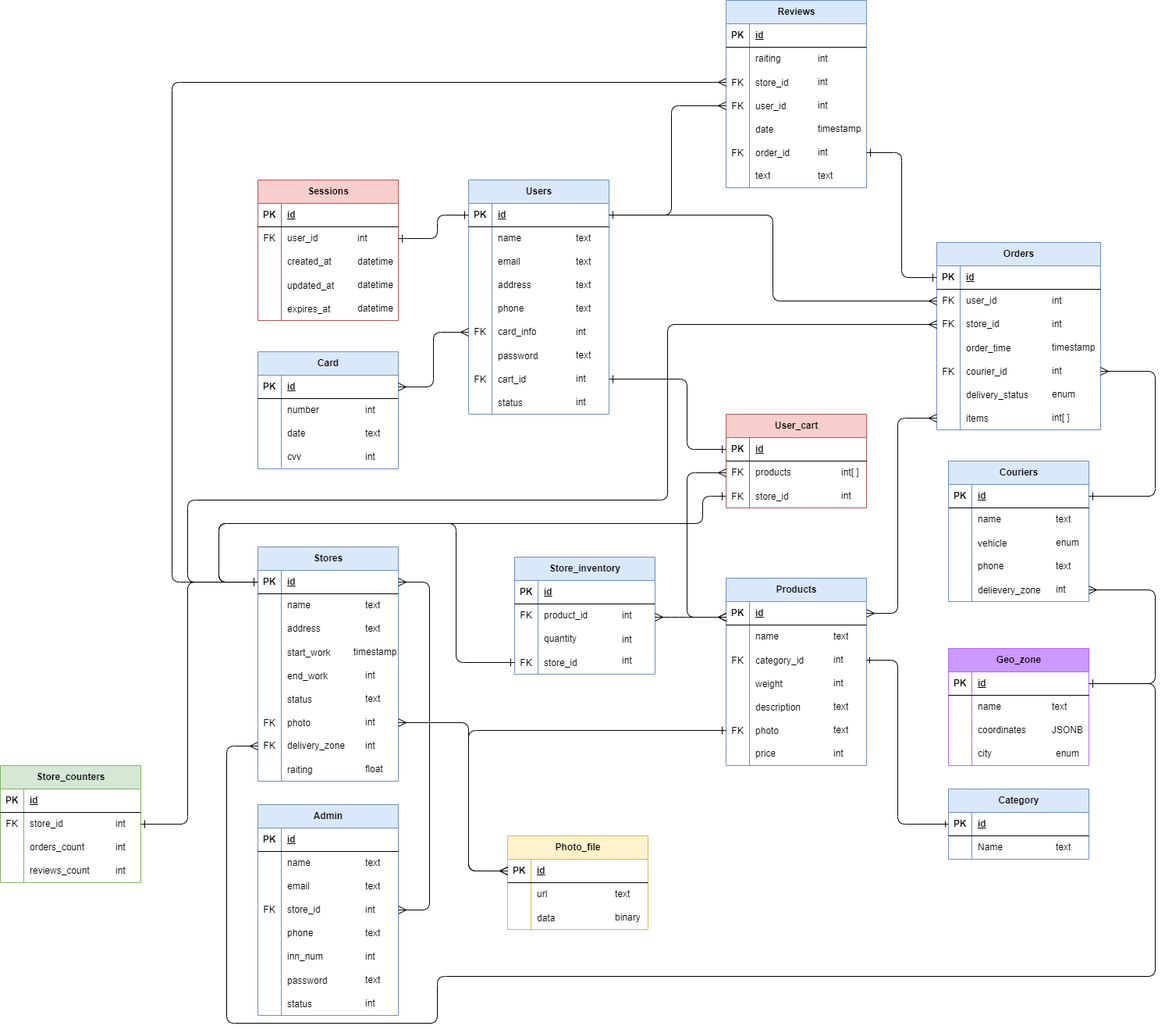
This is Логическая БД DZ5.png from Tovardas/TP_Highload_YandexEda, a draw.io export, as it was before one commit. Source tidied: cells renumbered, new cells last; positions are measured from the earlier drawing's top-left corner, leaving out a move shared by most shapes.
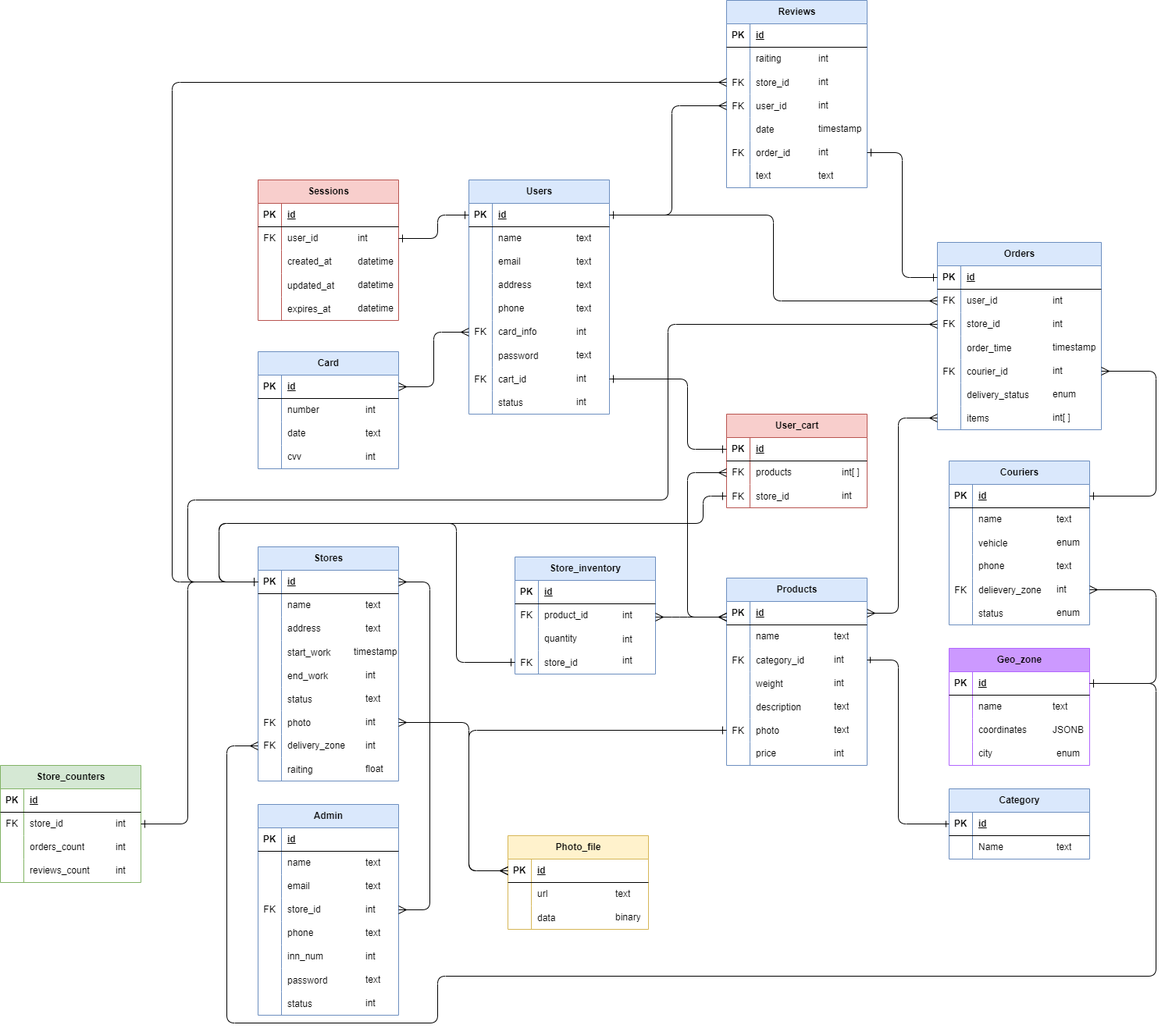
Above is the later version.

Diff of the diagram source:
```diff
@@ -303,7 +303,7 @@
       <mxGeometry x="30" width="180" height="30" as="geometry" />
     </mxCell>
     <mxCell id="102" value="Couriers" style="shape=table;startSize=30;rowLines=0;fontStyle=1;align=center;html=1;fillColor=#dae8fc;strokeColor=#6c8ebf;" parent="1" vertex="1">
-      <mxGeometry x="1215" y="590" width="180" height="180" as="geometry" />
+      <mxGeometry x="1215" y="590" width="180" height="210" as="geometry" />
     </mxCell>
     <mxCell id="103" style="shape=tableRow;horizontal=0;startSize=0;swimlaneHead=0;swimlaneBody=0;fillColor=none;points=[[0,0.5],[1,0.5]];portConstraint=eastwest;top=0;left=0;right=0;bottom=1;" parent="102" vertex="1">
       <mxGeometry y="30" width="180" height="30" as="geometry" />
@@ -344,12 +344,21 @@
     <mxCell id="115" style="shape=tableRow;horizontal=0;startSize=0;swimlaneHead=0;swimlaneBody=0;fillColor=none;points=[[0,0.5],[1,0.5]];portConstraint=eastwest;top=0;left=0;right=0;bottom=0;" parent="102" vertex="1">
       <mxGeometry y="150" width="180" height="30" as="geometry" />
     </mxCell>
-    <mxCell id="116" style="shape=partialRectangle;fillColor=none;top=0;left=0;bottom=0;right=0;overflow=hidden;" parent="115" vertex="1">
+    <mxCell id="116" value="FK" style="shape=partialRectangle;fillColor=none;top=0;left=0;bottom=0;right=0;overflow=hidden;" parent="115" vertex="1">
       <mxGeometry width="30" height="30" as="geometry" />
     </mxCell>
     <mxCell id="117" value="delievery_zone" style="shape=partialRectangle;fillColor=none;top=0;left=0;bottom=0;right=0;align=left;spacingLeft=6;overflow=hidden;" parent="115" vertex="1">
       <mxGeometry x="30" width="150" height="30" as="geometry" />
     </mxCell>
+    <mxCell id="347" style="shape=tableRow;horizontal=0;startSize=0;swimlaneHead=0;swimlaneBody=0;fillColor=none;top=0;left=0;right=0;bottom=0;" parent="102" vertex="1">
+      <mxGeometry y="180" width="180" height="30" as="geometry" />
+    </mxCell>
+    <mxCell id="348" style="shape=partialRectangle;fillColor=none;top=0;left=0;bottom=0;right=0;overflow=hidden;" parent="347" vertex="1">
+      <mxGeometry width="30" height="30" as="geometry" />
+    </mxCell>
+    <mxCell id="349" value="status" style="shape=partialRectangle;fillColor=none;top=0;left=0;bottom=0;right=0;align=left;spacingLeft=6;overflow=hidden;" parent="347" vertex="1">
+      <mxGeometry x="30" width="150" height="30" as="geometry" />
+    </mxCell>
     <mxCell id="118" value="Reviews" style="shape=table;startSize=30;rowLines=0;fontStyle=1;align=center;html=1;fillColor=#dae8fc;strokeColor=#6c8ebf;" parent="1" vertex="1">
       <mxGeometry x="930" width="180" height="240" as="geometry" />
     </mxCell>
@@ -1137,5 +1146,8 @@
     <mxCell id="346" value="float" style="shape=partialRectangle;fillColor=none;top=0;left=0;bottom=0;right=0;align=left;spacingLeft=6;overflow=hidden;whiteSpace=wrap;html=1;" parent="1" vertex="1">
       <mxGeometry x="460" y="970" width="50" height="30" as="geometry" />
     </mxCell>
+    <mxCell id="350" value="enum" style="shape=partialRectangle;fillColor=none;top=0;left=0;bottom=0;right=0;align=left;spacingLeft=6;overflow=hidden;whiteSpace=wrap;html=1;" parent="1" vertex="1">
+      <mxGeometry x="1345" y="770" width="50" height="30" as="geometry" />
+    </mxCell>
   </root>
 </mxGraphModel>
```
